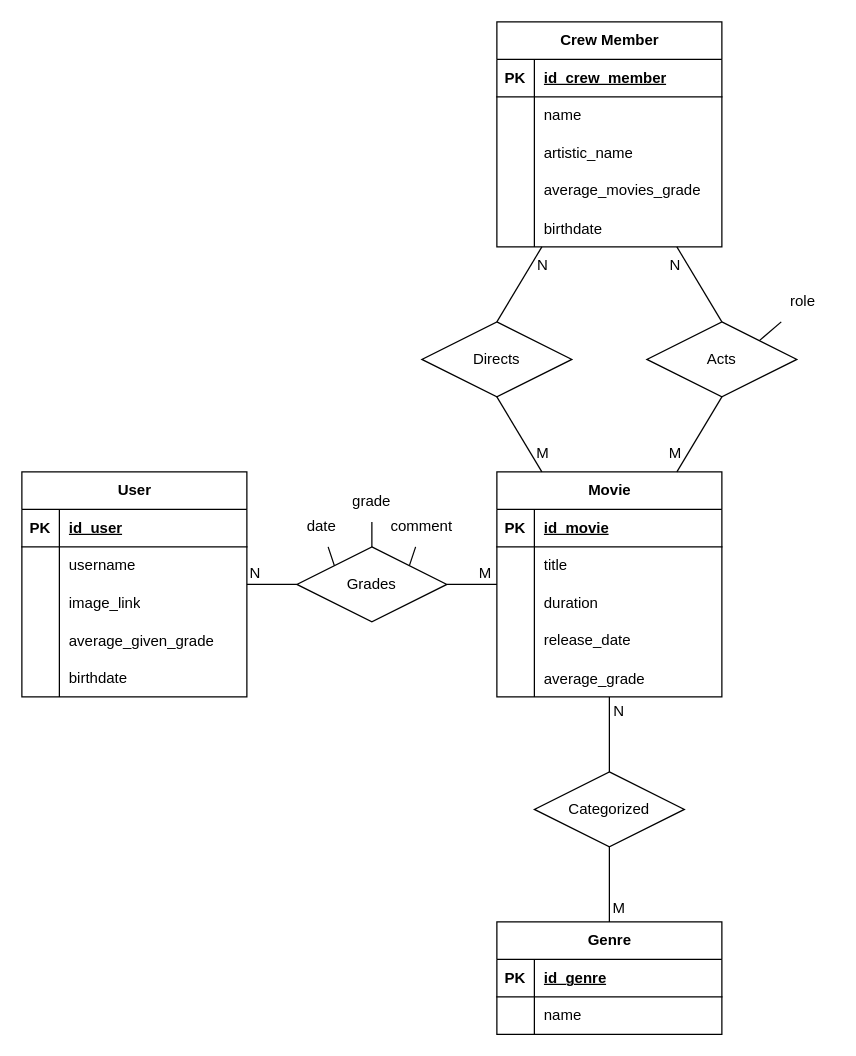
Before: lab01/diagramas/diagramaER.drawio in yaesetti/mc536, a draw.io diagram. Source tidied: cells renumbered, new cells numbered last; positions are measured from the earlier drawing's top-left corner, leaving out a move shared by most shapes. Both pictures are drawn from the tidied source at 125%, with x=0, y=0 at pixel (21, 21).
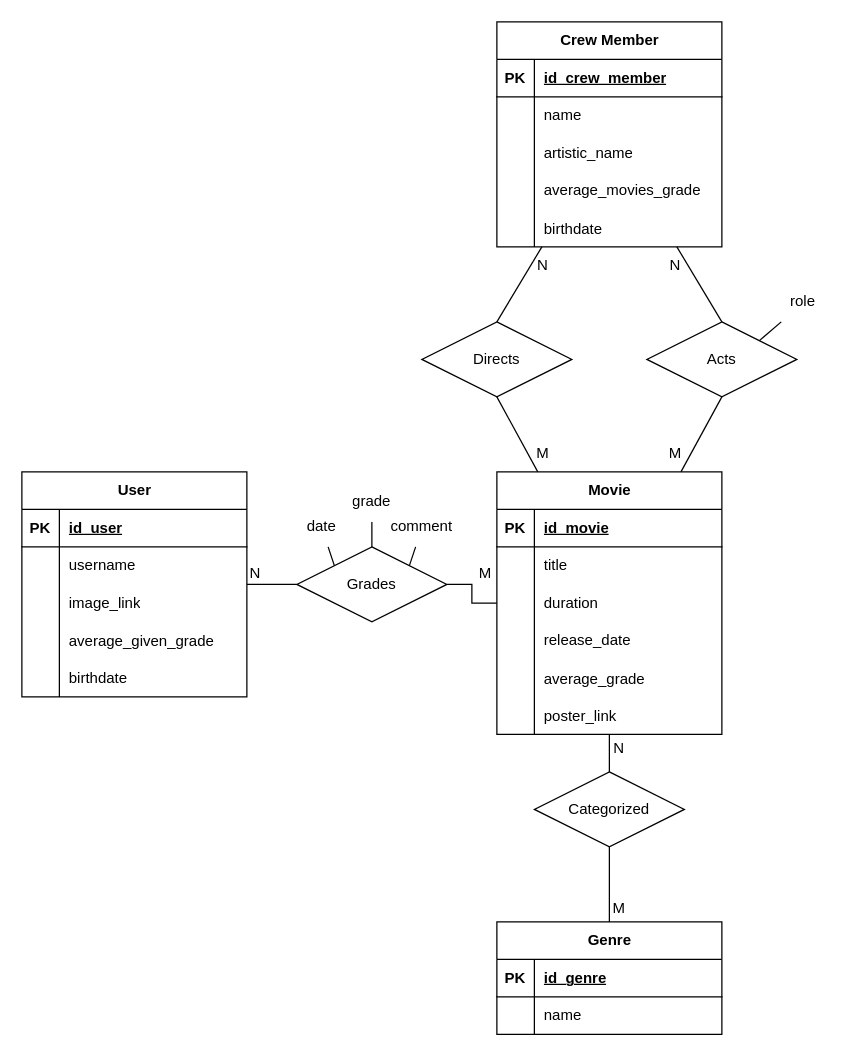
After the change.

Commit message:
adding new row to movie

Diff of the diagram source:
```diff
@@
     <mxCell id="24" value="Movie" style="shape=table;startSize=30;childLayout=tableLayout;rowLines=0;fontStyle=1;align=center;html=1;" parent="1" vertex="1">
-      <mxGeometry x="380" y="360" width="180" height="180" as="geometry" />
+      <mxGeometry x="380" y="360" width="180" height="210" as="geometry" />
     </mxCell>
@@
+    <mxCell id="85" style="shape=tableRow;horizontal=0;startSize=0;swimlaneHead=0;swimlaneBody=0;fillColor=none;top=0;left=0;right=0;bottom=0;" parent="24" vertex="1">
+      <mxGeometry y="180" width="180" height="30" as="geometry" />
+    </mxCell>
+    <mxCell id="86" style="shape=partialRectangle;fillColor=none;top=0;left=0;bottom=0;right=0;overflow=hidden;" parent="85" vertex="1">
+      <mxGeometry width="30" height="30" as="geometry" />
+    </mxCell>
+    <mxCell id="87" value="poster_link" style="shape=partialRectangle;fillColor=none;top=0;left=0;bottom=0;right=0;align=left;spacingLeft=6;overflow=hidden;" parent="85" vertex="1">
+      <mxGeometry x="30" width="150" height="30" as="geometry" />
+    </mxCell>
@@
     <mxCell id="81" value="N" style="text;html=1;whiteSpace=wrap;strokeColor=none;fillColor=none;align=center;verticalAlign=middle;rounded=0;" parent="1" vertex="1">
-      <mxGeometry x="463" y="537" width="30" height="30" as="geometry" />
+      <mxGeometry x="463" y="566" width="30" height="30" as="geometry" />
     </mxCell>
```
